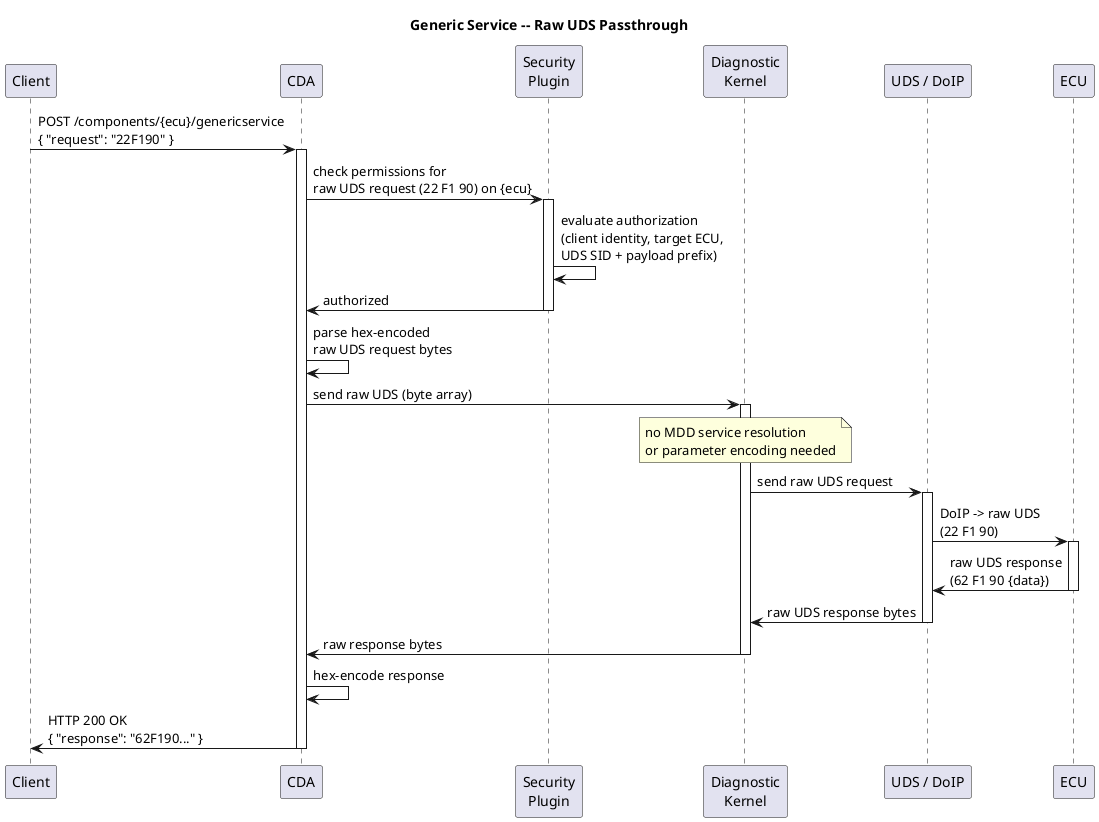
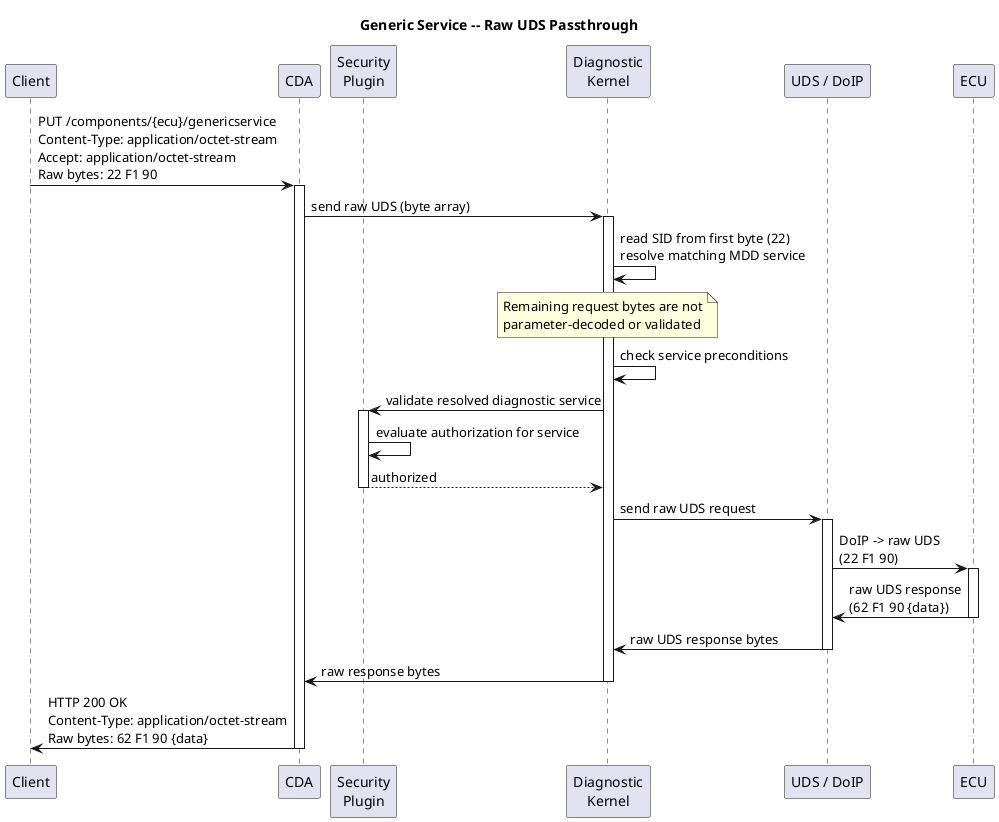
' SPDX-FileCopyrightText: 2026 Copyright (c) Contributors to the Eclipse Foundation
'
' See the NOTICE file(s) distributed with this work for additional
' information regarding copyright ownership.
'
' This program and the accompanying materials are made available under the
' terms of the Apache License Version 2.0 which is available at
' https://www.apache.org/licenses/LICENSE-2.0
'
' SPDX-License-Identifier: Apache-2.0

@startuml
title Generic Service -- Raw UDS Passthrough

participant Client
participant CDA
participant "Security\nPlugin" as SEC
participant "Diagnostic\nKernel" as DIAG
participant "UDS / DoIP" as COMM
participant ECU

- Client -> CDA : POST /components/{ecu}/genericservice\n{ "request": "22F190" }
+ Client -> CDA : PUT /components/{ecu}/genericservice\nContent-Type: application/octet-stream\nAccept: application/octet-stream\nRaw bytes: 22 F1 90
activate CDA
- 
- CDA -> SEC : check permissions for\nraw UDS request (22 F1 90) on {ecu}
- activate SEC
- SEC -> SEC : evaluate authorization\n(client identity, target ECU,\nUDS SID + payload prefix)
- SEC -> CDA : authorized
- deactivate SEC
- 
- CDA -> CDA : parse hex-encoded\nraw UDS request bytes

CDA -> DIAG : send raw UDS (byte array)
activate DIAG

- note over DIAG : no MDD service resolution\nor parameter encoding needed
+ DIAG -> DIAG : read SID from first byte (22)\nresolve matching MDD service
+ 
+ note over DIAG : Remaining request bytes are not\nparameter-decoded or validated
+ 
+ DIAG -> DIAG : check service preconditions
+ 
+ DIAG -> SEC : validate resolved diagnostic service
+ activate SEC
+ SEC -> SEC : evaluate authorization for service
+ SEC --> DIAG : authorized
+ deactivate SEC

DIAG -> COMM : send raw UDS request
activate COMM
COMM -> ECU : DoIP -> raw UDS\n(22 F1 90)
activate ECU
ECU -> COMM : raw UDS response\n(62 F1 90 {data})
deactivate ECU
COMM -> DIAG : raw UDS response bytes
deactivate COMM

DIAG -> CDA : raw response bytes
deactivate DIAG

- CDA -> CDA : hex-encode response
- 
- CDA -> Client : HTTP 200 OK\n{ "response": "62F190..." }
+ CDA -> Client : HTTP 200 OK\nContent-Type: application/octet-stream\nRaw bytes: 62 F1 90 {data}
deactivate CDA

@enduml
